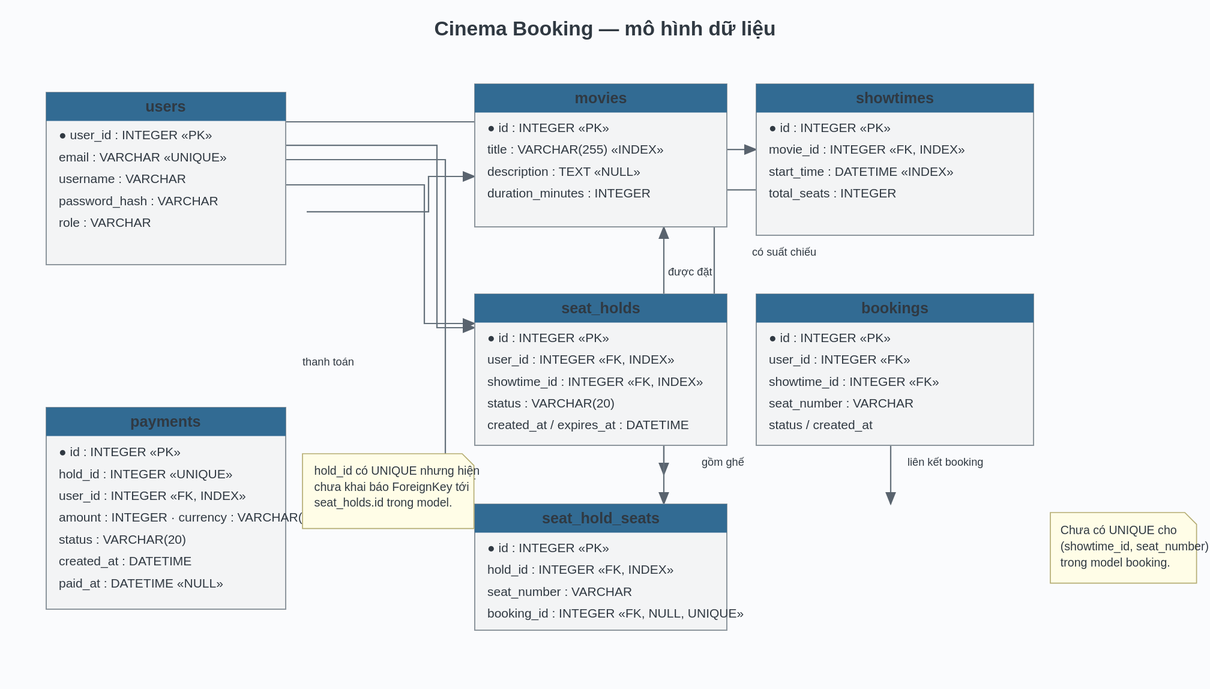
Above: docs/images/database.svg in tuanduy010806/Cinema-Booking (PlantUML), before the change. Its source is kept beside it as docs/diagrams/database.puml.
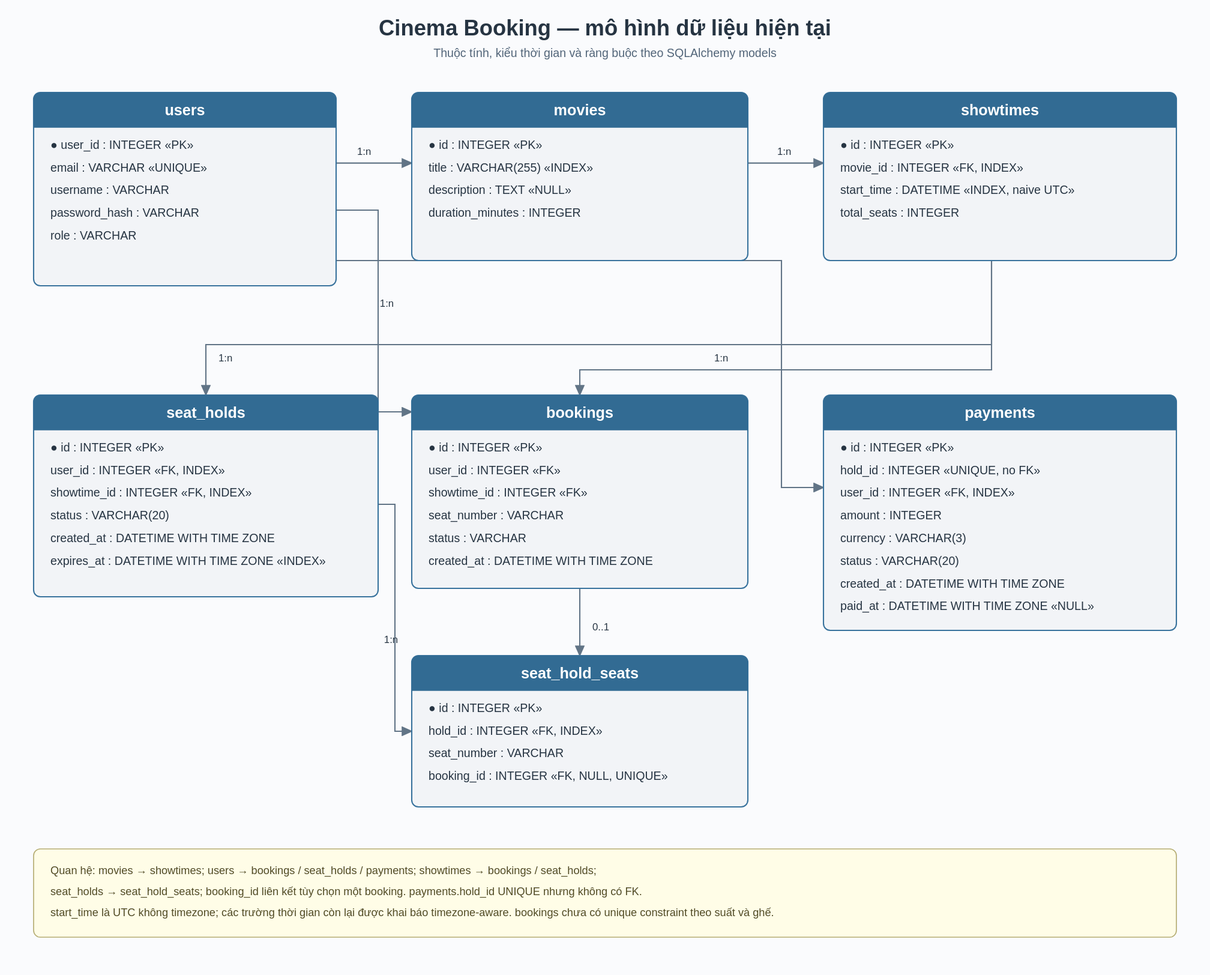
After the change.

Diff of the diagram source:
```diff
@@ -1,5 +1,5 @@
 @startuml
-title Cinema Booking — mô hình dữ liệu
+title Cinema Booking - Mo hinh du lieu hien tai
 hide circle
 skinparam backgroundColor #FAFBFD
 skinparam shadowing false
@@ -33,7 +33,7 @@
   * id : INTEGER <<PK>>
   --
   movie_id : INTEGER <<FK, INDEX>>
-  start_time : DATETIME <<INDEX>>
+  start_time : DATETIME <<INDEX, naive UTC>>
   total_seats : INTEGER
 }
 
@@ -44,7 +44,7 @@
   showtime_id : INTEGER <<FK>>
   seat_number : VARCHAR
   status : VARCHAR
-  created_at : DATETIME
+  created_at : DATETIME WITH TIME ZONE
 }
 
 entity "seat_holds" as seat_holds {
@@ -53,8 +53,8 @@
   user_id : INTEGER <<FK, INDEX>>
   showtime_id : INTEGER <<FK, INDEX>>
   status : VARCHAR(20)
-  created_at : DATETIME
-  expires_at : DATETIME <<INDEX>>
+  created_at : DATETIME WITH TIME ZONE
+  expires_at : DATETIME WITH TIME ZONE <<INDEX>>
 }
 
 entity "seat_hold_seats" as hold_seats {
@@ -68,32 +68,37 @@
 entity "payments" as payments {
   * id : INTEGER <<PK>>
   --
-  hold_id : INTEGER <<UNIQUE>>
+  hold_id : INTEGER <<UNIQUE, no FK>>
   user_id : INTEGER <<FK, INDEX>>
   amount : INTEGER
   currency : VARCHAR(3)
   status : VARCHAR(20)
-  created_at : DATETIME
-  paid_at : DATETIME <<NULL>>
+  created_at : DATETIME WITH TIME ZONE
+  paid_at : DATETIME WITH TIME ZONE <<NULL>>
 }
 
-movies ||--o{ showtimes : "có suất chiếu"
-users ||--o{ bookings : "đặt"
-showtimes ||--o{ bookings : "được đặt"
-users ||--o{ seat_holds : "giữ ghế"
-showtimes ||--o{ seat_holds : "có lượt giữ"
-seat_holds ||--|{ hold_seats : "gồm ghế"
-bookings o|--o| hold_seats : "liên kết booking"
-users ||--o{ payments : "thanh toán"
+movies ||--o{ showtimes : has
+users ||--o{ bookings : owns
+showtimes ||--o{ bookings : booked for
+users ||--o{ seat_holds : creates
+showtimes ||--o{ seat_holds : held for
+seat_holds ||--|{ hold_seats : contains
+bookings o|--o| hold_seats : linked booking
+users ||--o{ payments : pays
 
 note right of payments
-  hold_id có UNIQUE trong model hiện tại,
-  nhưng chưa khai báo ForeignKey tới seat_holds.id.
-  Sơ đồ thể hiện cấu trúc vật lý đúng như mã nguồn.
+  hold_id has a UNIQUE constraint in the model,
+  but is not a foreign key to seat_holds.id.
 end note
 
 note bottom of bookings
-  Không có ràng buộc UNIQUE cho (showtime_id, seat_number)
-  trong model hiện tại.
+  There is no UNIQUE constraint on
+  (showtime_id, seat_number). Seat contention is
+  serialized by locking the showtime row in services.
+end note
+
+note bottom of showtimes
+  start_time uses PostgreSQL DATETIME without timezone.
+  The application stores and returns naive UTC.
 end note
 @enduml
```
